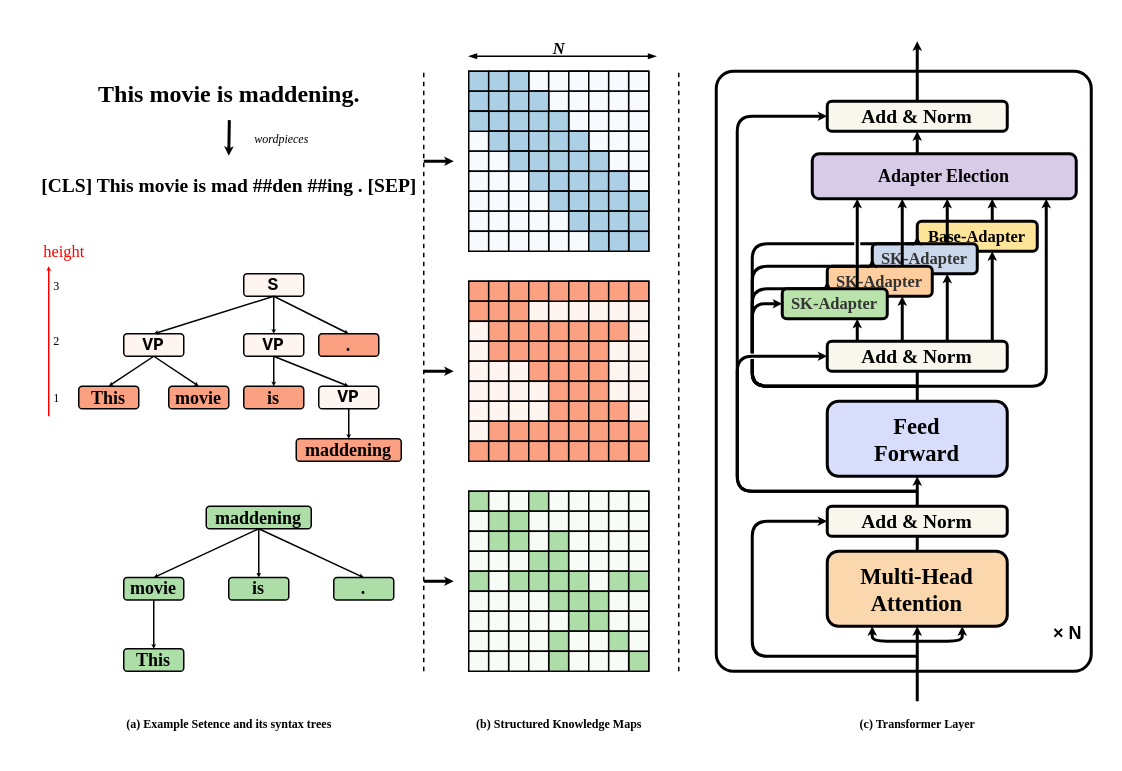
Wiselnn570/dialogue-system keeps this draw.io diagram as 未命名绘图.drawio. Above is the earlier version. Source tidied: cells renumbered, new cells numbered last; positions are measured from the earlier drawing's top-left corner, leaving out a move shared by most shapes. Both pictures are drawn from the tidied source at 150%, with x=0, y=0 at pixel (26, 26).
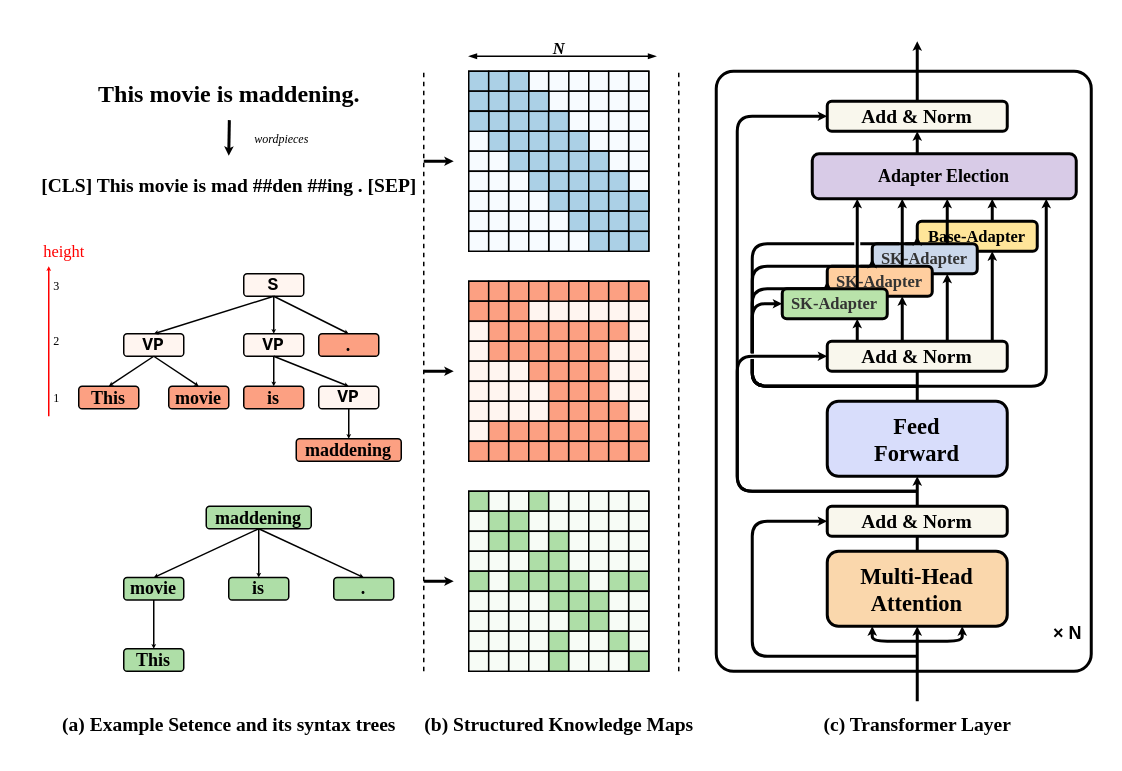
After the change.

Commit message:
更新未命名绘图.drawio

Diff of the diagram source:
```diff
@@
-    <mxCell id="338" value="&lt;b&gt;(c) Transformer Layer&lt;/b&gt;" style="text;html=1;align=center;verticalAlign=middle;strokeColor=none;fillColor=none;fontSize=8;fontFamily=Times New Roman;fontColor=#000000;" parent="1" vertex="1">
-      <mxGeometry x="524" y="450" width="140" height="30" as="geometry" />
+    <mxCell id="338" value="&lt;b style=&quot;&quot;&gt;&lt;font style=&quot;font-size: 13px;&quot;&gt;(c) Transformer Layer&lt;/font&gt;&lt;/b&gt;" style="text;html=1;align=center;verticalAlign=middle;strokeColor=none;fillColor=none;fontSize=9;fontFamily=Times New Roman;fontColor=#000000;" parent="1" vertex="1">
+      <mxGeometry x="519" y="450" width="150" height="30" as="geometry" />
     </mxCell>
-    <mxCell id="339" value="&lt;b&gt;(b) Structured Knowledge Maps&lt;/b&gt;" style="text;html=1;align=center;verticalAlign=middle;strokeColor=none;fillColor=none;fontSize=8;fontFamily=Times New Roman;fontColor=#000000;" parent="1" vertex="1">
-      <mxGeometry x="260" y="450" width="190" height="30" as="geometry" />
+    <mxCell id="339" value="&lt;b style=&quot;&quot;&gt;&lt;font style=&quot;font-size: 13px;&quot;&gt;(b) Structured Knowledge Maps&lt;/font&gt;&lt;/b&gt;" style="text;html=1;align=center;verticalAlign=middle;strokeColor=none;fillColor=none;fontSize=9;fontFamily=Times New Roman;fontColor=#000000;" parent="1" vertex="1">
+      <mxGeometry x="255" y="450" width="200" height="30" as="geometry" />
     </mxCell>
-    <mxCell id="340" value="&lt;b&gt;(a) Example Setence and its syntax trees&lt;/b&gt;" style="text;html=1;align=center;verticalAlign=middle;strokeColor=none;fillColor=none;fontSize=8;fontFamily=Times New Roman;fontColor=#000000;" parent="1" vertex="1">
-      <mxGeometry x="20" y="450" width="230" height="30" as="geometry" />
+    <mxCell id="340" value="&lt;b style=&quot;&quot;&gt;&lt;font style=&quot;font-size: 13px;&quot;&gt;(a) Example Setence and its syntax trees&lt;/font&gt;&lt;/b&gt;" style="text;html=1;align=center;verticalAlign=middle;strokeColor=none;fillColor=none;fontSize=9;fontFamily=Times New Roman;fontColor=#000000;" parent="1" vertex="1">
+      <mxGeometry x="10" y="450" width="250" height="30" as="geometry" />
     </mxCell>
```
